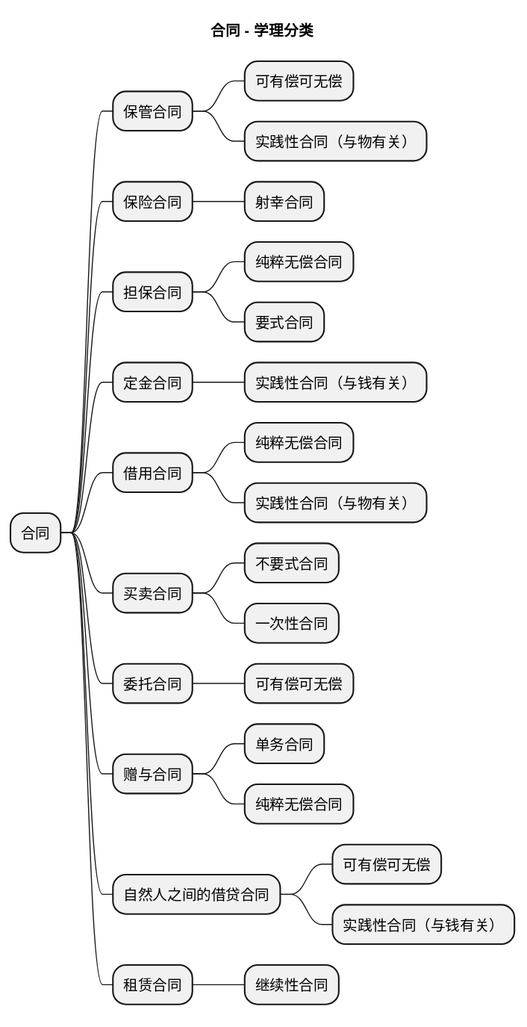
The PlantUML diagram assets/images/law/civil/合同-学理分类-名称视角.svg in lsieun/lsieun.github.io, before a commit.
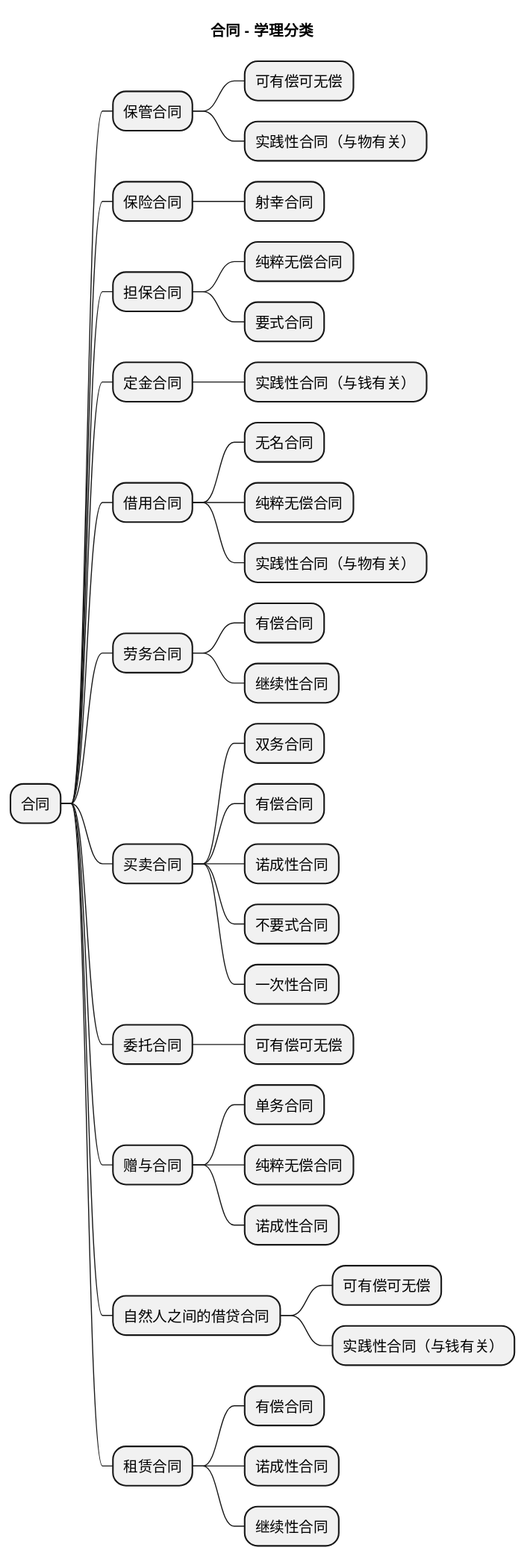
The same diagram one commit later.

The edit, as a diff of the source:
```diff
@@ -16,9 +16,16 @@
     * 定金合同
         * 实践性合同（与钱有关）
     * 借用合同
+        * 无名合同
         * 纯粹无偿合同
         * 实践性合同（与物有关）
+    * 劳务合同
+        * 有偿合同
+        * 继续性合同
     * 买卖合同
+        * 双务合同
+        * 有偿合同
+        * 诺成性合同
         * 不要式合同
         * 一次性合同
     * 委托合同
@@ -26,10 +33,13 @@
     * 赠与合同
         * 单务合同
         * 纯粹无偿合同
+        * 诺成性合同
     * 自然人之间的借贷合同
         * 可有偿可无偿
         * 实践性合同（与钱有关）
     * 租赁合同
+        * 有偿合同
+        * 诺成性合同
         * 继续性合同
 
 
```
